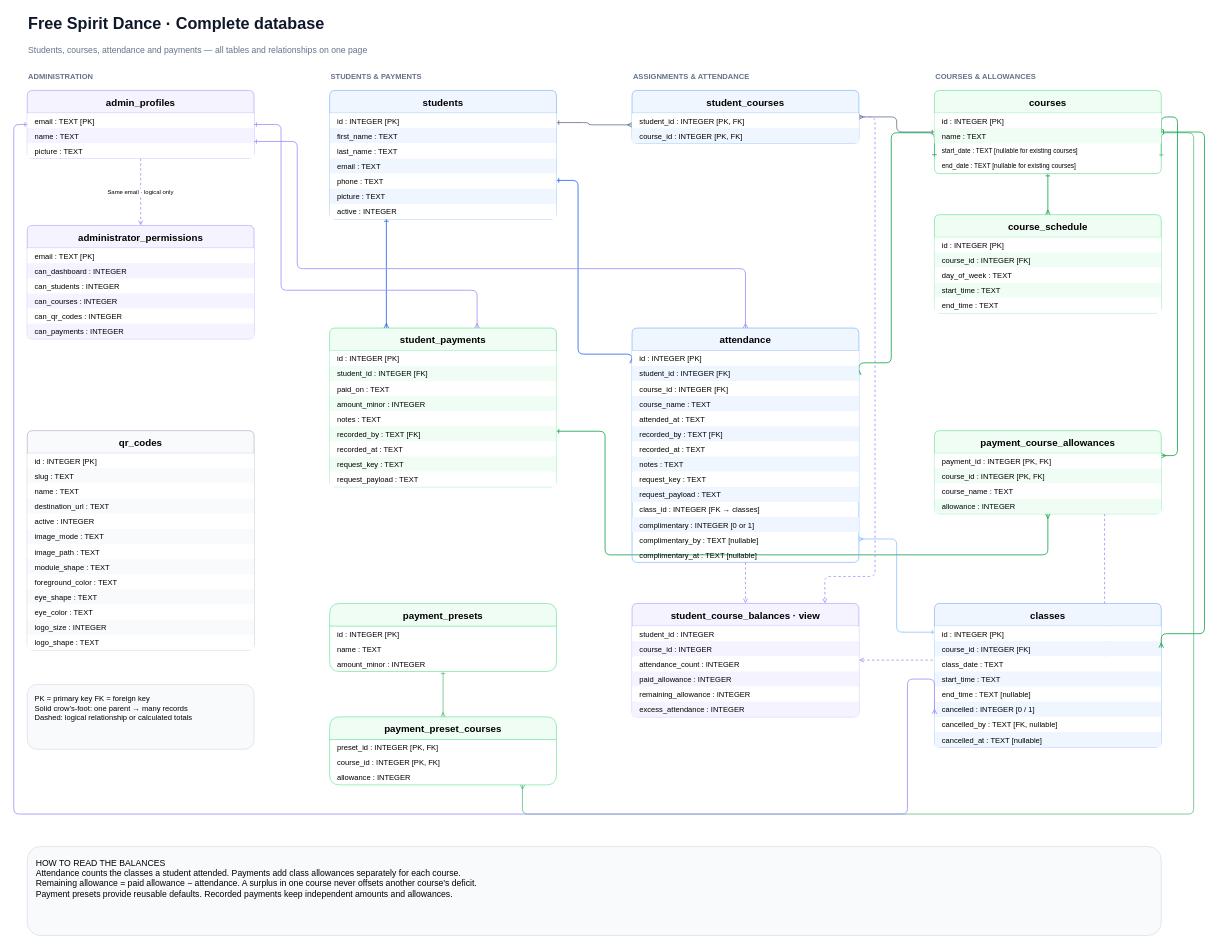
This is docs/database.drawio from AlexandruDanCroitoriu/free-spirit-dance, a draw.io file, before an edit. Source tidied: cells renumbered, new cells numbered last; positions are measured from the earlier drawing's top-left corner, leaving out a move shared by most shapes. Both pictures are drawn from the tidied source at 54%, with x=0, y=0 at pixel (14, 9).
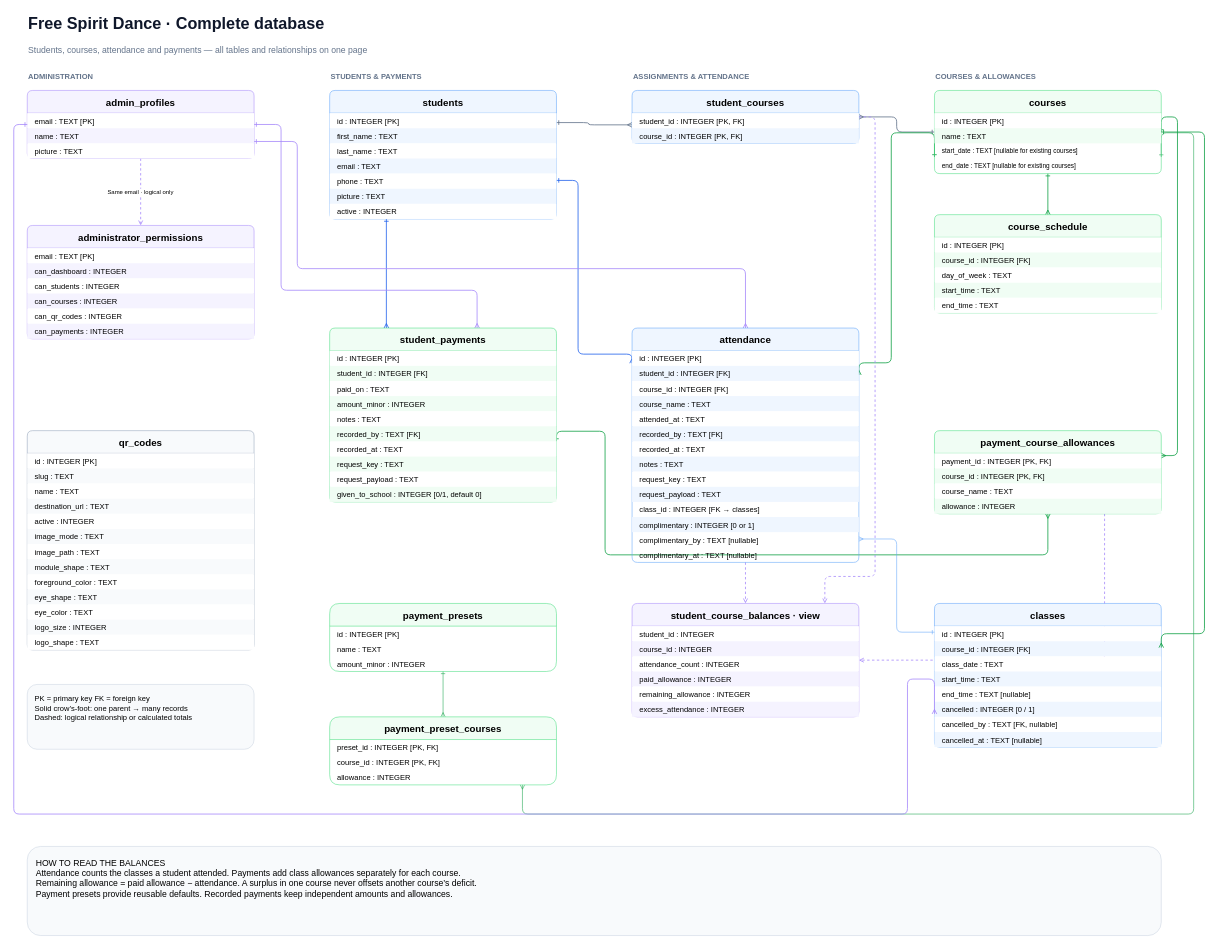
After the change.

Diff of the diagram source:
```diff
@@
     <mxCell id="57" value="student_payments" style="html=0;fontFamily=Helvetica;swimlane;startSize=42;horizontal=1;rounded=1;arcSize=8;fontSize=18;fontStyle=1;fillColor=#f0fdf4;strokeColor=#4ade80;" parent="1" vertex="1">
-      <mxGeometry x="585" y="590" width="420" height="294" as="geometry" />
+      <mxGeometry x="585" y="590" width="420" height="322" as="geometry" />
     </mxCell>
@@
+    <mxCell id="130" value="given_to_school : INTEGER  [0/1, default 0]" style="html=0;fontFamily=Helvetica;text;align=left;verticalAlign=middle;spacingLeft=12;fontSize=14;fillColor=#f0fdf4;" parent="57" vertex="1">
+      <mxGeometry y="294" width="420" height="28" as="geometry" />
+    </mxCell>
```
